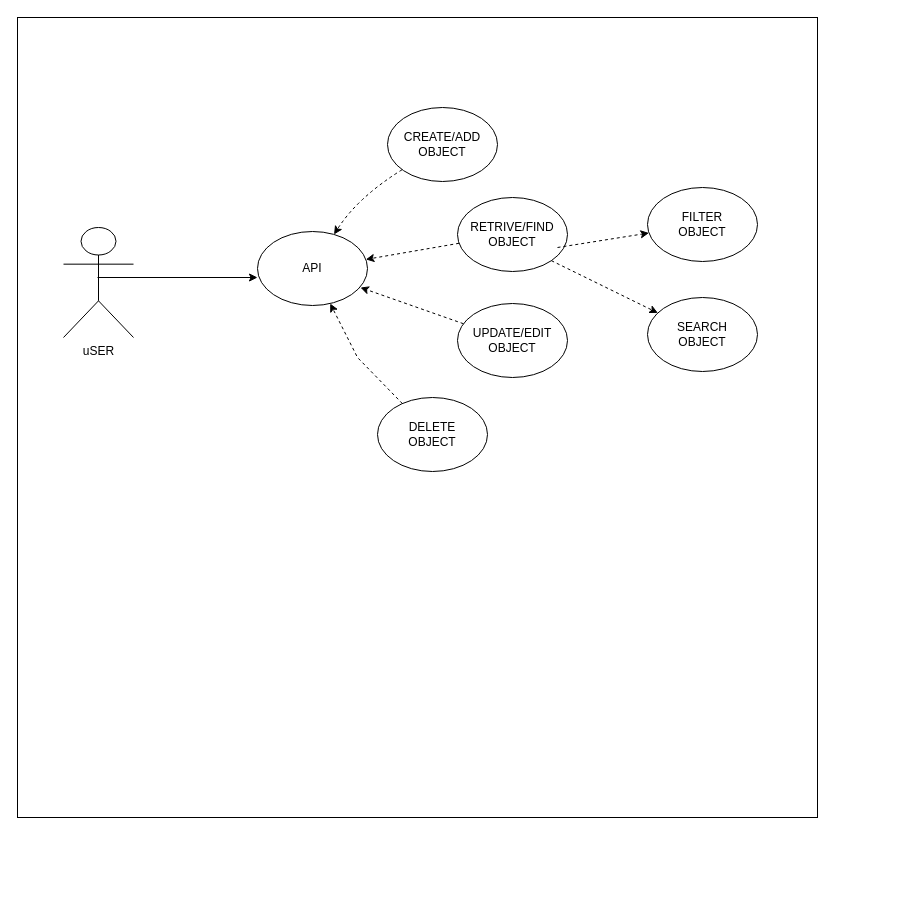
The draw.io diagram CRUSUML.drawio in DONNWILZY/HNGTaskTwo, before the edit. Source tidied: cells renumbered, new cells numbered last; positions are measured from the earlier drawing's top-left corner, leaving out a move shared by most shapes. Both pictures are drawn from the tidied source at 100%, with x=0, y=0 at pixel (17, 17).
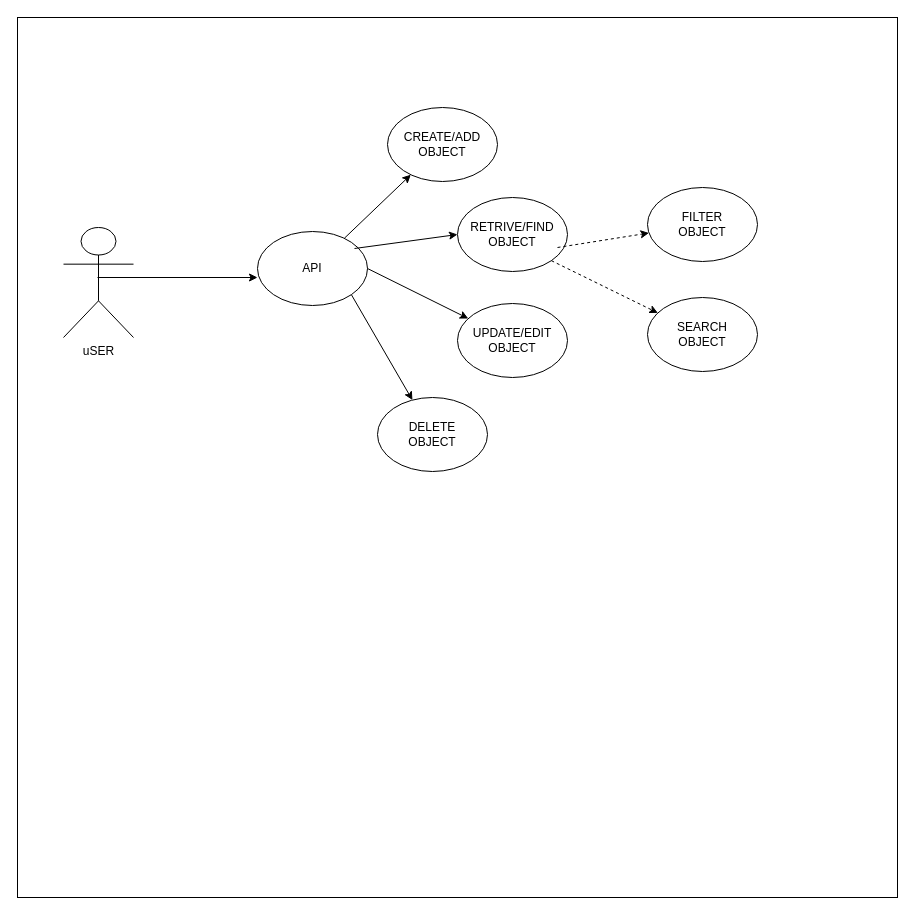
The same diagram, later.

Unchanged cells that the change refers to:
```xml
<mxCell id="3" value="API" style="ellipse;whiteSpace=wrap;html=1;" parent="1" vertex="1">
  <mxGeometry x="240" y="214" width="110" height="74" as="geometry" />
</mxCell>
<mxCell id="5" value="CREATE/ADD&lt;br&gt;OBJECT" style="ellipse;whiteSpace=wrap;html=1;" parent="1" vertex="1">
  <mxGeometry x="370" y="90" width="110" height="74" as="geometry" />
</mxCell>
<mxCell id="6" value="RETRIVE/FIND&lt;br style=&quot;border-color: var(--border-color);&quot;&gt;OBJECT" style="ellipse;whiteSpace=wrap;html=1;" parent="1" vertex="1">
  <mxGeometry x="440" y="180" width="110" height="74" as="geometry" />
</mxCell>
<mxCell id="7" value="UPDATE/EDIT&lt;br style=&quot;border-color: var(--border-color);&quot;&gt;OBJECT" style="ellipse;whiteSpace=wrap;html=1;" parent="1" vertex="1">
  <mxGeometry x="440" y="286" width="110" height="74" as="geometry" />
</mxCell>
<mxCell id="8" value="DELETE&lt;br style=&quot;border-color: var(--border-color);&quot;&gt;OBJECT" style="ellipse;whiteSpace=wrap;html=1;" parent="1" vertex="1">
  <mxGeometry x="360" y="380" width="110" height="74" as="geometry" />
</mxCell>
```

Diff of the diagram source:
```diff
@@
     <mxCell id="2" style="whiteSpace=wrap;html=1;" parent="1" vertex="1">
-      <mxGeometry width="800" height="800" as="geometry" />
+      <mxGeometry width="880" height="880" as="geometry" />
     </mxCell>
@@
-    <mxCell id="11" style="endArrow=classic;html=1;dashed=1;strokeColor=default;curved=1;" parent="1" edge="1" source="5" target="3">
-      <mxGeometry relative="1" as="geometry">
-        <Array as="points">
-          <mxPoint x="340" y="180" />
-        </Array>
-      </mxGeometry>
-    </mxCell>
@@
-    <mxCell id="13" style="endArrow=classic;html=1;rounded=0;dashed=1;" parent="1" edge="1" source="6" target="3">
-      <mxGeometry relative="1" as="geometry" />
-    </mxCell>
-    <mxCell id="14" style="endArrow=classic;html=1;rounded=0;entryX=0.936;entryY=0.757;entryDx=0;entryDy=0;entryPerimeter=0;dashed=1;jumpStyle=gap;" parent="1" edge="1" source="7" target="3">
-      <mxGeometry relative="1" as="geometry" />
-    </mxCell>
-    <mxCell id="15" style="endArrow=classic;html=1;rounded=0;dashed=1;" parent="1" edge="1" source="8" target="3">
-      <mxGeometry relative="1" as="geometry">
-        <Array as="points">
-          <mxPoint x="340" y="340" />
-        </Array>
-      </mxGeometry>
-    </mxCell>
@@
+    <mxCell id="18" style="endArrow=classic;html=1;rounded=0;" parent="1" edge="1" source="3" target="5">
+      <mxGeometry relative="1" as="geometry" />
+    </mxCell>
+    <mxCell id="19" style="endArrow=classic;html=1;rounded=0;entryX=0;entryY=0.5;entryDx=0;entryDy=0;" parent="1" edge="1" target="6">
+      <mxGeometry relative="1" as="geometry">
+        <mxPoint x="337" y="231" as="sourcePoint" />
+      </mxGeometry>
+    </mxCell>
+    <mxCell id="20" style="endArrow=classic;html=1;rounded=0;exitX=1;exitY=0.5;exitDx=0;exitDy=0;" parent="1" edge="1" source="3" target="7">
+      <mxGeometry relative="1" as="geometry" />
+    </mxCell>
+    <mxCell id="21" style="endArrow=classic;html=1;rounded=0;exitX=1;exitY=1;exitDx=0;exitDy=0;" parent="1" edge="1" source="3" target="8">
+      <mxGeometry relative="1" as="geometry" />
+    </mxCell>
```
